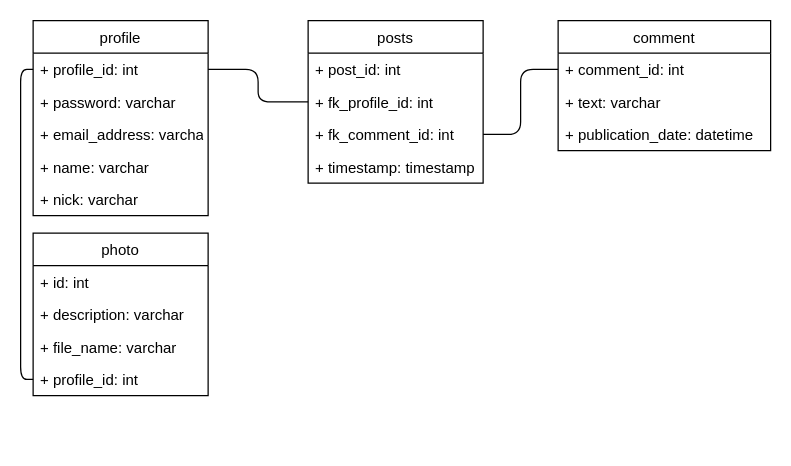
The draw.io diagram page "UML_Diagram" (3 of 4) of social_network.drawio in e-karov/MySQL-v17.0, before the edit. Source tidied: cells renumbered, new cells numbered last; positions are measured from the earlier drawing's top-left corner, leaving out a move shared by most shapes. Both pictures are drawn from the tidied source at 125%, with x=0, y=0 at pixel (32, 20).
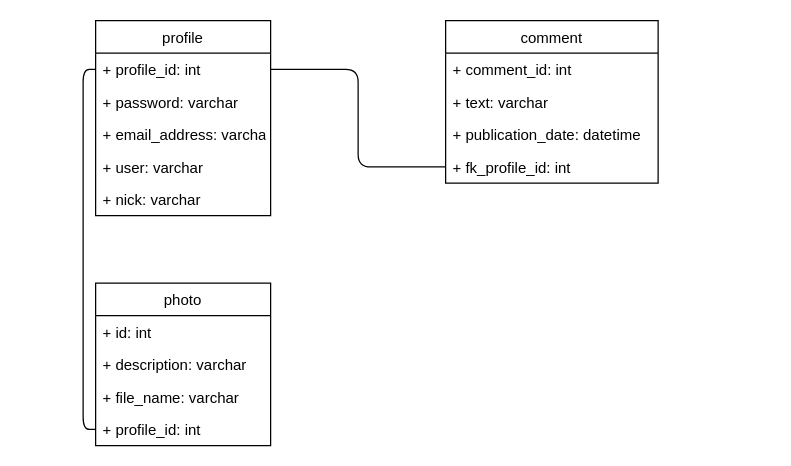
Above is the later version.

Unchanged cells that the change refers to:
```xml
<mxCell id="14" value="+ comment_id: int" style="text;strokeColor=none;fillColor=none;align=left;verticalAlign=top;spacingLeft=4;spacingRight=4;overflow=hidden;points=[[0,0.5],[1,0.5]];portConstraint=eastwest;" parent="13" vertex="1">
  <mxGeometry y="26" width="170" height="26" as="geometry" />
</mxCell>
```

What changed in the source:
```diff
@@
     <mxCell id="2" value="profile" style="swimlane;fontStyle=0;horizontal=1;startSize=26;fillColor=none;" parent="1" vertex="1">
-      <mxGeometry width="140" height="156" as="geometry" />
+      <mxGeometry x="50" width="140" height="156" as="geometry" />
     </mxCell>
@@
-    <mxCell id="6" value="+ name: varchar" style="text;strokeColor=none;fillColor=none;align=left;verticalAlign=top;spacingLeft=4;spacingRight=4;overflow=hidden;" parent="2" vertex="1">
+    <mxCell id="6" value="+ user: varchar" style="text;strokeColor=none;fillColor=none;align=left;verticalAlign=top;spacingLeft=4;spacingRight=4;overflow=hidden;" parent="2" vertex="1">
       <mxGeometry y="104" width="140" height="26" as="geometry" />
     </mxCell>
@@
-    <mxCell id="8" value="posts" style="swimlane;fontStyle=0;horizontal=1;startSize=26;fillColor=none;" parent="1" vertex="1">
-      <mxGeometry x="220" width="140" height="130" as="geometry" />
-    </mxCell>
-    <mxCell id="9" value="+ post_id: int" style="text;strokeColor=none;fillColor=none;align=left;verticalAlign=top;spacingLeft=4;spacingRight=4;overflow=hidden;" parent="8" vertex="1">
-      <mxGeometry y="26" width="140" height="26" as="geometry" />
-    </mxCell>
-    <mxCell id="10" value="+ fk_profile_id: int" style="text;strokeColor=none;fillColor=none;align=left;verticalAlign=top;spacingLeft=4;spacingRight=4;overflow=hidden;points=[[0,0.5],[1,0.5]];portConstraint=eastwest;" parent="8" vertex="1">
-      <mxGeometry y="52" width="140" height="26" as="geometry" />
-    </mxCell>
-    <mxCell id="11" value="+ fk_comment_id: int" style="text;strokeColor=none;fillColor=none;align=left;verticalAlign=top;spacingLeft=4;spacingRight=4;overflow=hidden;points=[[0,0.5],[1,0.5]];portConstraint=eastwest;" parent="8" vertex="1">
-      <mxGeometry y="78" width="140" height="26" as="geometry" />
-    </mxCell>
-    <mxCell id="12" value="+ timestamp: timestamp" style="text;strokeColor=none;fillColor=none;align=left;verticalAlign=top;spacingLeft=4;spacingRight=4;overflow=hidden;" parent="8" vertex="1">
-      <mxGeometry y="104" width="140" height="26" as="geometry" />
-    </mxCell>
     <mxCell id="13" value="comment" style="swimlane;fontStyle=0;horizontal=1;startSize=26;fillColor=none;" parent="1" vertex="1">
-      <mxGeometry x="420" width="170" height="104" as="geometry" />
+      <mxGeometry x="330" width="170" height="130" as="geometry" />
     </mxCell>
@@
+    <mxCell id="10" value="+ fk_profile_id: int" style="text;strokeColor=none;fillColor=none;align=left;verticalAlign=top;spacingLeft=4;spacingRight=4;overflow=hidden;points=[[0,0.5],[1,0.5]];portConstraint=eastwest;" parent="13" vertex="1">
+      <mxGeometry y="104" width="170" height="26" as="geometry" />
+    </mxCell>
     <mxCell id="17" value="photo" style="swimlane;fontStyle=0;horizontal=1;startSize=26;fillColor=none;" parent="1" vertex="1">
-      <mxGeometry y="170" width="140" height="130" as="geometry" />
+      <mxGeometry x="50" y="210" width="140" height="130" as="geometry" />
     </mxCell>
@@
-    <mxCell id="23" style="edgeStyle=orthogonalEdgeStyle;html=1;exitX=1;exitY=0.5;exitDx=0;exitDy=0;entryX=0;entryY=0.5;entryDx=0;entryDy=0;endArrow=none;endFill=0;" parent="1" edge="1" source="11" target="14">
-      <mxGeometry relative="1" as="geometry" />
-    </mxCell>
```
